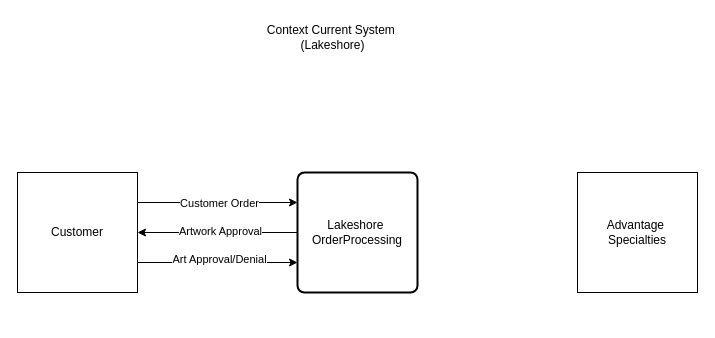
The draw.io diagram Untitled Diagram.drawio in LuisCerdaGomez/LuisCerdaGomez, before the edit. Source tidied: cells renumbered, new cells numbered last; positions are measured from the earlier drawing's top-left corner, leaving out a move shared by most shapes. Both pictures are drawn from the tidied source at 100%, with x=0, y=0 at pixel (17, 17).
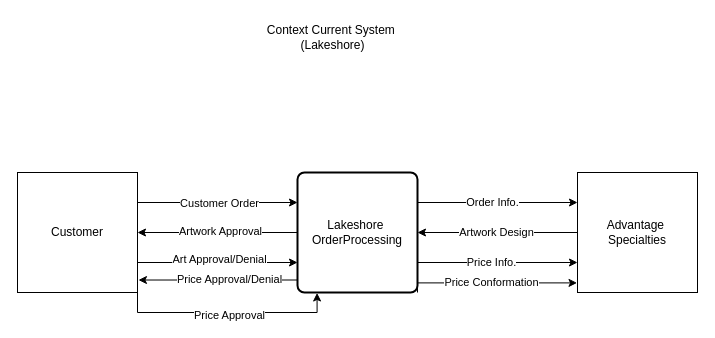
After the change.

The change refers to these unchanged cells:
```xml
<mxCell id="6" value="Customer" style="whiteSpace=wrap;html=1;" parent="1" vertex="1">
  <mxGeometry y="155" width="120" height="120" as="geometry" />
</mxCell>
<mxCell id="9" value="Lakeshore&amp;nbsp;&lt;div&gt;OrderProcessing&lt;/div&gt;" style="rounded=1;whiteSpace=wrap;html=1;absoluteArcSize=1;arcSize=14;strokeWidth=2;" parent="1" vertex="1">
  <mxGeometry x="280" y="155" width="120" height="120" as="geometry" />
</mxCell>
<mxCell id="10" value="Advantage&amp;nbsp;&lt;div&gt;Specialties&lt;/div&gt;" style="whiteSpace=wrap;html=1;" parent="1" vertex="1">
  <mxGeometry x="560" y="155" width="120" height="120" as="geometry" />
</mxCell>
```

Diff of the diagram source:
```diff
@@
+    <mxCell id="12" style="edgeStyle=orthogonalEdgeStyle;rounded=0;jettySize=auto;html=1;exitX=1;exitY=0.25;exitDx=0;exitDy=0;entryX=0;entryY=0.25;entryDx=0;entryDy=0;" parent="1" edge="1" source="9" target="10">
+      <mxGeometry relative="1" as="geometry" />
+    </mxCell>
+    <mxCell id="13" value="Order Info." style="edgeLabel;html=1;align=center;verticalAlign=middle;" parent="12" vertex="1">
+      <mxGeometry x="-0.08" y="1" relative="1" as="geometry" />
+    </mxCell>
+    <mxCell id="14" style="edgeStyle=orthogonalEdgeStyle;rounded=0;jettySize=auto;html=1;exitX=1;exitY=0.75;exitDx=0;exitDy=0;entryX=0;entryY=0.75;entryDx=0;entryDy=0;" parent="1" edge="1" source="9" target="10">
+      <mxGeometry relative="1" as="geometry" />
+    </mxCell>
+    <mxCell id="15" value="Price Info." style="edgeLabel;html=1;align=center;verticalAlign=middle;" parent="14" vertex="1">
+      <mxGeometry x="-0.09" y="1" relative="1" as="geometry" />
+    </mxCell>
@@
+    <mxCell id="16" style="edgeStyle=orthogonalEdgeStyle;rounded=0;jettySize=auto;html=1;exitX=0;exitY=0.5;exitDx=0;exitDy=0;" parent="1" edge="1" source="10" target="9">
+      <mxGeometry relative="1" as="geometry" />
+    </mxCell>
+    <mxCell id="17" value="Artwork Design" style="edgeLabel;html=1;align=center;verticalAlign=middle;" parent="16" vertex="1">
+      <mxGeometry x="0.02" y="-1" relative="1" as="geometry" />
+    </mxCell>
@@
+    <mxCell id="18" style="edgeStyle=orthogonalEdgeStyle;rounded=0;jettySize=auto;html=1;exitX=0;exitY=0.75;exitDx=0;exitDy=0;entryX=1.008;entryY=0.896;entryDx=0;entryDy=0;entryPerimeter=0;" parent="1" edge="1" source="9" target="6">
+      <mxGeometry relative="1" as="geometry">
+        <Array as="points">
+          <mxPoint x="280" y="263" />
+        </Array>
+      </mxGeometry>
+    </mxCell>
+    <mxCell id="19" value="Price Approval/Denial" style="edgeLabel;html=1;align=center;verticalAlign=middle;" parent="18" vertex="1">
+      <mxGeometry x="0.24" y="-1" relative="1" as="geometry">
+        <mxPoint x="23" as="offset" />
+      </mxGeometry>
+    </mxCell>
+    <mxCell id="20" style="edgeStyle=orthogonalEdgeStyle;rounded=0;jettySize=auto;html=1;exitX=1;exitY=1;exitDx=0;exitDy=0;entryX=0.163;entryY=1.004;entryDx=0;entryDy=0;entryPerimeter=0;" parent="1" edge="1" source="6" target="9">
+      <mxGeometry relative="1" as="geometry" />
+    </mxCell>
+    <mxCell id="21" value="Price Approval" style="edgeLabel;html=1;align=center;verticalAlign=middle;" parent="20" vertex="1">
+      <mxGeometry x="0.01" y="-2" relative="1" as="geometry" />
+    </mxCell>
+    <mxCell id="22" style="edgeStyle=orthogonalEdgeStyle;rounded=0;jettySize=auto;html=1;exitX=1;exitY=1;exitDx=0;exitDy=0;entryX=-0.004;entryY=0.92;entryDx=0;entryDy=0;entryPerimeter=0;" parent="1" edge="1" source="9" target="10">
+      <mxGeometry relative="1" as="geometry">
+        <Array as="points">
+          <mxPoint x="400" y="265" />
+        </Array>
+      </mxGeometry>
+    </mxCell>
+    <mxCell id="23" value="Price Conformation" style="edgeLabel;html=1;align=center;verticalAlign=middle;" parent="22" vertex="1">
+      <mxGeometry x="-0.03" y="1" relative="1" as="geometry">
+        <mxPoint x="1" as="offset" />
+      </mxGeometry>
+    </mxCell>
```
